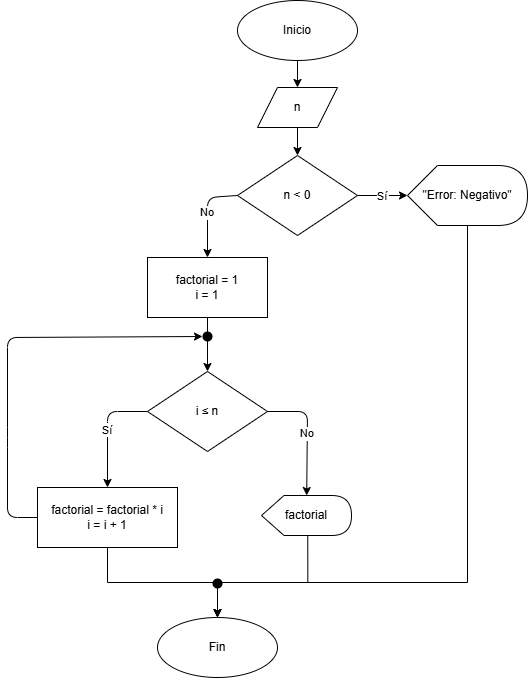
Above: chapter4/dfd/dfd4.5.7_12.png in UPclopezpAalgorithmsBook/solutions (draw.io), before the change. Source tidied: cells renumbered, new cells last; positions are measured from the earlier drawing's top-left corner, leaving out a move shared by most shapes.
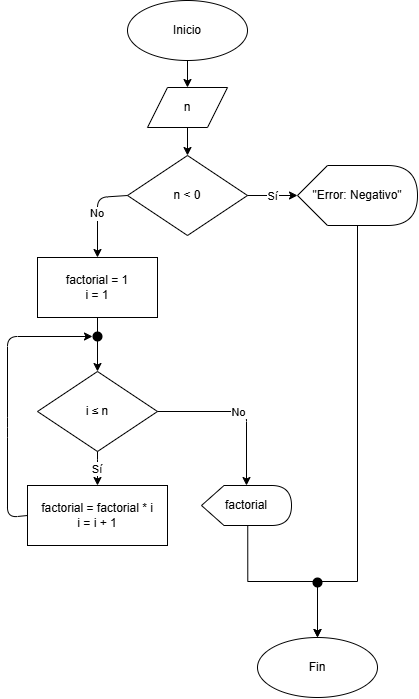
Later version of the same file.

The edit, as a diff of the source:
```diff
@@ -2,78 +2,96 @@
   <root>
     <mxCell id="0" />
     <mxCell id="1" parent="0" />
-    <mxCell id="2" parent="1" edge="1">
-      <mxGeometry relative="1" as="geometry">
-        <mxPoint x="230" y="427" as="targetPoint" />
-        <Array as="points">
-          <mxPoint x="170" y="537" />
-          <mxPoint x="170" y="427" />
-        </Array>
-      </mxGeometry>
-    </mxCell>
-    <mxCell id="3" style="endArrow=classic;html=1;exitX=0;exitY=0.5;exitDx=0;exitDy=0;entryX=0;entryY=0.5;entryDx=0;entryDy=0;" parent="1" edge="1">
-      <mxGeometry relative="1" as="geometry">
-        <mxPoint x="230" y="247" as="targetPoint" />
-        <Array as="points">
-          <mxPoint x="170" y="487" />
-          <mxPoint x="170" y="247" />
-        </Array>
-      </mxGeometry>
-    </mxCell>
-    <mxCell id="4" parent="1" edge="1">
-      <mxGeometry relative="1" as="geometry">
-        <mxPoint x="230" y="427" as="targetPoint" />
-        <Array as="points">
-          <mxPoint x="170" y="537" />
-          <mxPoint x="170" y="427" />
-        </Array>
-      </mxGeometry>
-    </mxCell>
-    <mxCell id="5" style="endArrow=classic;html=1;exitX=0;exitY=0.5;exitDx=0;exitDy=0;entryX=0;entryY=0.5;entryDx=0;entryDy=0;" parent="1" edge="1">
-      <mxGeometry relative="1" as="geometry">
-        <mxPoint x="230" y="247" as="targetPoint" />
-        <Array as="points">
-          <mxPoint x="170" y="487" />
-          <mxPoint x="170" y="247" />
-        </Array>
-      </mxGeometry>
-    </mxCell>
-    <mxCell id="6" parent="1" edge="1">
-      <mxGeometry relative="1" as="geometry">
-        <mxPoint x="230" y="427" as="targetPoint" />
-        <Array as="points">
-          <mxPoint x="170" y="537" />
-          <mxPoint x="170" y="427" />
-        </Array>
-      </mxGeometry>
-    </mxCell>
-    <mxCell id="7" style="endArrow=classic;html=1;exitX=0;exitY=0.5;exitDx=0;exitDy=0;entryX=0;entryY=0.5;entryDx=0;entryDy=0;" parent="1" edge="1">
-      <mxGeometry relative="1" as="geometry">
-        <mxPoint x="230" y="247" as="targetPoint" />
-        <Array as="points">
-          <mxPoint x="170" y="487" />
-          <mxPoint x="170" y="247" />
-        </Array>
-      </mxGeometry>
-    </mxCell>
-    <mxCell id="8" parent="1" edge="1">
-      <mxGeometry relative="1" as="geometry">
-        <mxPoint x="230" y="427" as="targetPoint" />
-        <Array as="points">
-          <mxPoint x="170" y="537" />
-          <mxPoint x="170" y="427" />
-        </Array>
-      </mxGeometry>
-    </mxCell>
-    <mxCell id="9" style="endArrow=classic;html=1;exitX=0;exitY=0.5;exitDx=0;exitDy=0;entryX=0;entryY=0.5;entryDx=0;entryDy=0;" parent="1" edge="1">
-      <mxGeometry relative="1" as="geometry">
-        <mxPoint x="230" y="247" as="targetPoint" />
-        <Array as="points">
-          <mxPoint x="170" y="487" />
-          <mxPoint x="170" y="247" />
-        </Array>
-      </mxGeometry>
-    </mxCell>
+    <mxCell id="32" parent="1" edge="1">
+      <mxGeometry relative="1" as="geometry">
+        <mxPoint x="230" y="427" as="targetPoint" />
+        <Array as="points">
+          <mxPoint x="170" y="537" />
+          <mxPoint x="170" y="427" />
+        </Array>
+      </mxGeometry>
+    </mxCell>
+    <mxCell id="33" style="endArrow=classic;html=1;exitX=0;exitY=0.5;exitDx=0;exitDy=0;entryX=0;entryY=0.5;entryDx=0;entryDy=0;" parent="1" edge="1">
+      <mxGeometry relative="1" as="geometry">
+        <mxPoint x="230" y="247" as="targetPoint" />
+        <Array as="points">
+          <mxPoint x="170" y="487" />
+          <mxPoint x="170" y="247" />
+        </Array>
+      </mxGeometry>
+    </mxCell>
+    <mxCell id="34" parent="1" edge="1">
+      <mxGeometry relative="1" as="geometry">
+        <mxPoint x="230" y="427" as="targetPoint" />
+        <Array as="points">
+          <mxPoint x="170" y="537" />
+          <mxPoint x="170" y="427" />
+        </Array>
+      </mxGeometry>
+    </mxCell>
+    <mxCell id="35" style="endArrow=classic;html=1;exitX=0;exitY=0.5;exitDx=0;exitDy=0;entryX=0;entryY=0.5;entryDx=0;entryDy=0;" parent="1" edge="1">
+      <mxGeometry relative="1" as="geometry">
+        <mxPoint x="230" y="247" as="targetPoint" />
+        <Array as="points">
+          <mxPoint x="170" y="487" />
+          <mxPoint x="170" y="247" />
+        </Array>
+      </mxGeometry>
+    </mxCell>
+    <mxCell id="36" parent="1" edge="1">
+      <mxGeometry relative="1" as="geometry">
+        <mxPoint x="230" y="427" as="targetPoint" />
+        <Array as="points">
+          <mxPoint x="170" y="537" />
+          <mxPoint x="170" y="427" />
+        </Array>
+      </mxGeometry>
+    </mxCell>
+    <mxCell id="37" style="endArrow=classic;html=1;exitX=0;exitY=0.5;exitDx=0;exitDy=0;entryX=0;entryY=0.5;entryDx=0;entryDy=0;" parent="1" edge="1">
+      <mxGeometry relative="1" as="geometry">
+        <mxPoint x="230" y="247" as="targetPoint" />
+        <Array as="points">
+          <mxPoint x="170" y="487" />
+          <mxPoint x="170" y="247" />
+        </Array>
+      </mxGeometry>
+    </mxCell>
+    <mxCell id="38" parent="1" edge="1">
+      <mxGeometry relative="1" as="geometry">
+        <mxPoint x="230" y="427" as="targetPoint" />
+        <Array as="points">
+          <mxPoint x="170" y="537" />
+          <mxPoint x="170" y="427" />
+        </Array>
+      </mxGeometry>
+    </mxCell>
+    <mxCell id="39" style="endArrow=classic;html=1;exitX=0;exitY=0.5;exitDx=0;exitDy=0;entryX=0;entryY=0.5;entryDx=0;entryDy=0;" parent="1" edge="1">
+      <mxGeometry relative="1" as="geometry">
+        <mxPoint x="230" y="247" as="targetPoint" />
+        <Array as="points">
+          <mxPoint x="170" y="487" />
+          <mxPoint x="170" y="247" />
+        </Array>
+      </mxGeometry>
+    </mxCell>
+    <mxCell id="40" parent="1" edge="1">
+      <mxGeometry relative="1" as="geometry">
+        <mxPoint x="230" y="427" as="targetPoint" />
+        <Array as="points">
+          <mxPoint x="170" y="537" />
+          <mxPoint x="170" y="427" />
+        </Array>
+      </mxGeometry>
+    </mxCell>
+    <mxCell id="41" style="endArrow=classic;html=1;exitX=0;exitY=0.5;exitDx=0;exitDy=0;entryX=0;entryY=0.5;entryDx=0;entryDy=0;" parent="1" edge="1">
+      <mxGeometry relative="1" as="geometry">
+        <mxPoint x="230" y="247" as="targetPoint" />
+        <Array as="points">
+          <mxPoint x="170" y="487" />
+          <mxPoint x="170" y="247" />
+        </Array>
+      </mxGeometry>
+    </mxCell>
     <mxCell id="10" value="Inicio" style="ellipse;whiteSpace=wrap;html=1;" parent="1" vertex="1">
       <mxGeometry x="230" width="120" height="60" as="geometry" />
     </mxCell>
@@ -89,8 +107,8 @@
     <mxCell id="14" style="edgeStyle=orthogonalEdgeStyle;rounded=0;jettySize=auto;html=1;exitX=0;exitY=0;exitDx=60;exitDy=60;exitPerimeter=0;entryX=0.5;entryY=0;entryDx=0;entryDy=0;" parent="1" edge="1" source="15" target="21">
       <mxGeometry relative="1" as="geometry">
         <Array as="points">
-          <mxPoint x="460" y="582" />
-          <mxPoint x="210" y="582" />
+          <mxPoint x="460" y="581" />
+          <mxPoint x="420" y="581" />
         </Array>
       </mxGeometry>
     </mxCell>
@@ -100,26 +118,17 @@
     <mxCell id="16" value="i&amp;nbsp;≤ n" style="rhombus;whiteSpace=wrap;html=1;" parent="1" vertex="1">
       <mxGeometry x="140" y="371" width="120" height="80" as="geometry" />
     </mxCell>
-    <mxCell id="17" style="edgeStyle=orthogonalEdgeStyle;rounded=0;jettySize=auto;html=1;exitX=0.5;exitY=1;exitDx=0;exitDy=0;entryX=0.5;entryY=0;entryDx=0;entryDy=0;" parent="1" edge="1" source="18" target="21">
-      <mxGeometry relative="1" as="geometry" />
-    </mxCell>
     <mxCell id="18" value="factorial = factorial * i&lt;br&gt;i = i + 1" style="rounded=0;whiteSpace=wrap;html=1;" parent="1" vertex="1">
-      <mxGeometry x="30" y="487" width="140" height="60" as="geometry" />
+      <mxGeometry x="130" y="485" width="140" height="60" as="geometry" />
     </mxCell>
-    <mxCell id="19" style="edgeStyle=orthogonalEdgeStyle;rounded=0;jettySize=auto;html=1;exitX=0;exitY=0;exitDx=46.25;exitDy=40;exitPerimeter=0;entryX=0.5;entryY=0;entryDx=0;entryDy=0;" parent="1" edge="1" target="21">
-      <mxGeometry relative="1" as="geometry">
-        <mxPoint x="300.2" y="530" as="sourcePoint" />
-        <Array as="points">
-          <mxPoint x="300" y="582" />
-          <mxPoint x="210" y="582" />
-        </Array>
-      </mxGeometry>
-    </mxCell>
+    <mxCell id="42" style="edgeStyle=orthogonalEdgeStyle;rounded=0;jettySize=auto;html=1;exitX=0;exitY=0;exitDx=46.25;exitDy=40;exitPerimeter=0;entryX=0.5;entryY=0;entryDx=0;entryDy=0;" parent="1" edge="1" source="20" target="21">
+      <mxGeometry relative="1" as="geometry" />
+    </mxCell>
     <mxCell id="20" value="factorial" style="shape=display;whiteSpace=wrap;html=1;" parent="1" vertex="1">
-      <mxGeometry x="254" y="495" width="90" height="40" as="geometry" />
+      <mxGeometry x="304" y="485" width="90" height="40" as="geometry" />
     </mxCell>
     <mxCell id="21" value="Fin" style="ellipse;whiteSpace=wrap;html=1;" parent="1" vertex="1">
-      <mxGeometry x="150" y="617" width="120" height="60" as="geometry" />
+      <mxGeometry x="360" y="637" width="120" height="60" as="geometry" />
     </mxCell>
     <mxCell id="22" parent="1" edge="1" source="10" target="11">
       <mxGeometry relative="1" as="geometry" />
@@ -140,34 +149,34 @@
     <mxCell id="26" parent="1" edge="1" source="13" target="16">
       <mxGeometry relative="1" as="geometry" />
     </mxCell>
-    <mxCell id="27" value="Sí" style="exitX=0;exitY=0.5;exitDx=0;exitDy=0;" parent="1" edge="1" source="16" target="18">
+    <mxCell id="27" value="Sí" style="exitX=0.5;exitY=1;exitDx=0;exitDy=0;" parent="1" edge="1" source="16" target="18">
       <mxGeometry relative="1" as="geometry">
         <Array as="points">
-          <mxPoint x="100" y="411" />
+          <mxPoint x="200" y="467" />
         </Array>
       </mxGeometry>
     </mxCell>
     <mxCell id="28" value="No" style="exitX=1;exitY=0.5;exitDx=0;exitDy=0;" parent="1" edge="1" source="16" target="20">
       <mxGeometry relative="1" as="geometry">
         <Array as="points">
-          <mxPoint x="300" y="411" />
+          <mxPoint x="349" y="411" />
         </Array>
       </mxGeometry>
     </mxCell>
     <mxCell id="29" style="exitX=0;exitY=0.5;exitDx=0;exitDy=0;entryX=0;entryY=0.5;entryDx=0;entryDy=0;" parent="1" edge="1" source="18" target="30">
       <mxGeometry relative="1" as="geometry">
         <Array as="points">
-          <mxPoint y="517" />
-          <mxPoint y="437" />
-          <mxPoint y="337" />
+          <mxPoint x="110" y="517" />
+          <mxPoint x="110" y="427" />
+          <mxPoint x="110" y="336" />
         </Array>
       </mxGeometry>
     </mxCell>
     <mxCell id="30" style="ellipse;whiteSpace=wrap;html=1;strokeColor=none;fillColor=#000000;" parent="1" vertex="1">
       <mxGeometry x="195" y="331" width="10" height="10" as="geometry" />
     </mxCell>
-    <mxCell id="31" style="ellipse;whiteSpace=wrap;html=1;strokeColor=none;fillColor=#000000;" parent="1" vertex="1">
-      <mxGeometry x="205" y="578" width="10" height="10" as="geometry" />
-    </mxCell>
+    <mxCell id="43" style="ellipse;whiteSpace=wrap;html=1;strokeColor=none;fillColor=#000000;" parent="1" vertex="1">
+      <mxGeometry x="415" y="577" width="10" height="10" as="geometry" />
+    </mxCell>
   </root>
 </mxGraphModel>
```
